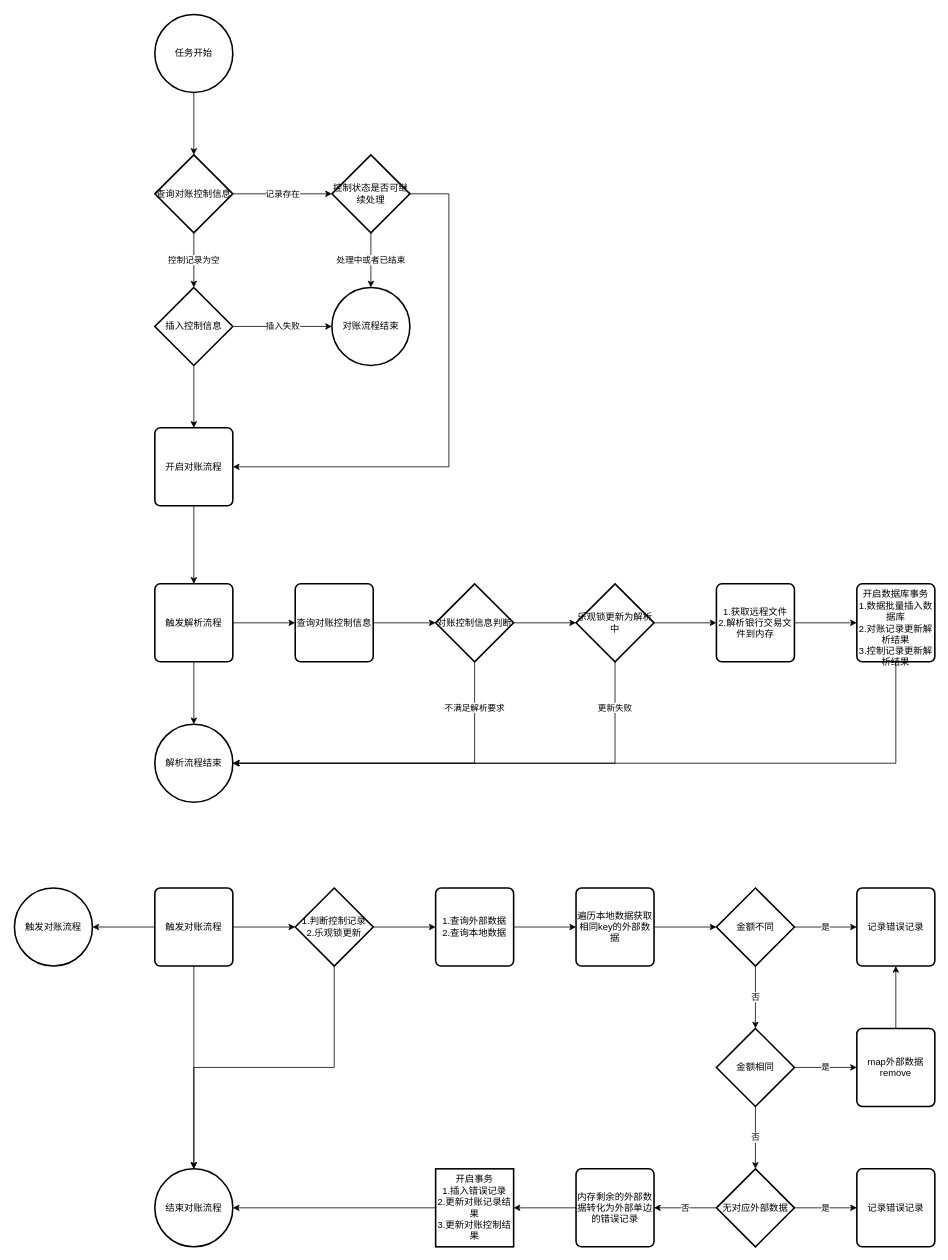
The draw.io diagram 金融科技/OTA对账流程.drawio in 294794668/draw, before the edit. Source tidied: cells renumbered, new cells numbered last; positions are measured from the earlier drawing's top-left corner, leaving out a move shared by most shapes. Both pictures are drawn from the tidied source at 78%, with x=0, y=0 at pixel (14, 14).
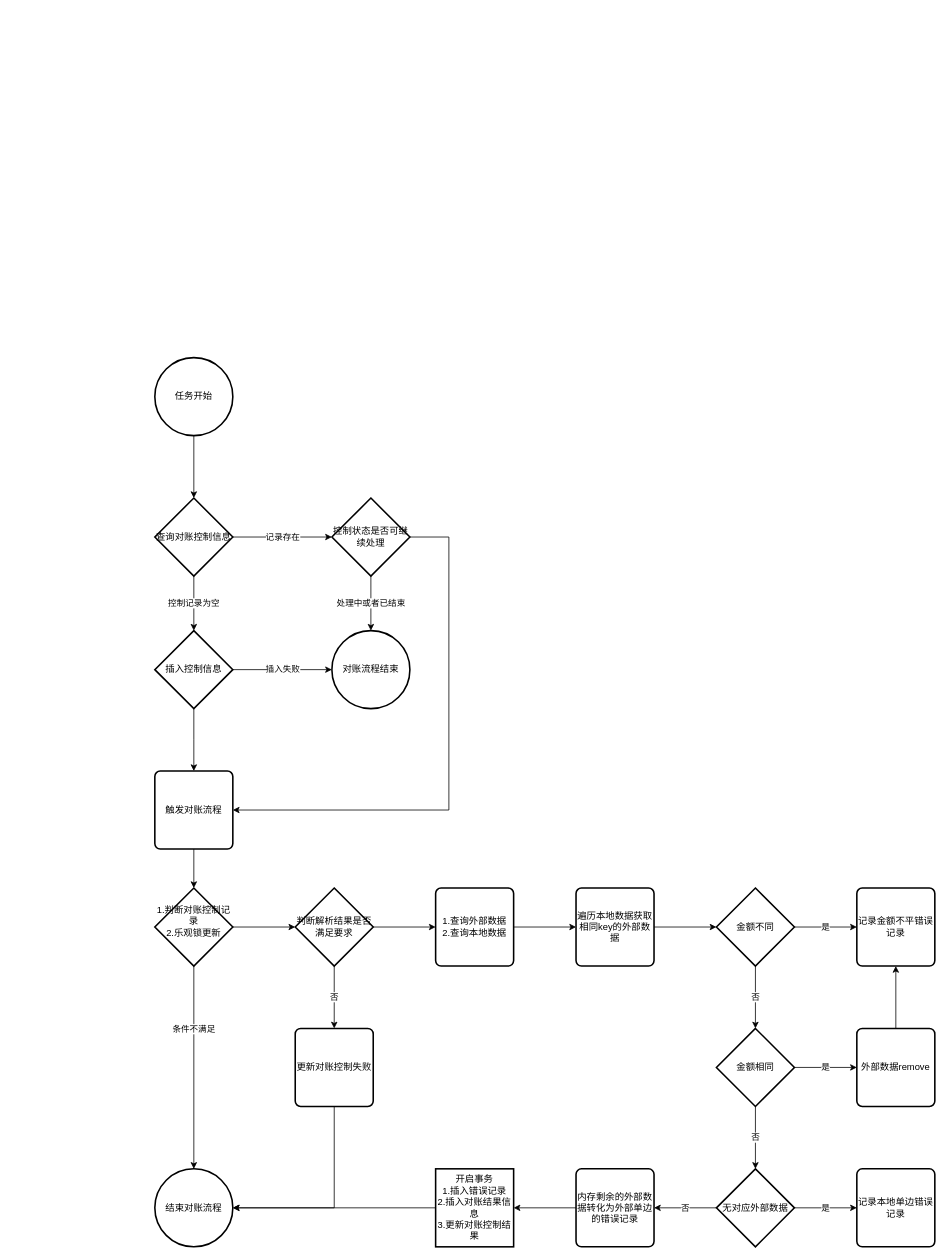
The same diagram, later.

Commit message:
更新OTA对账流程.drawio

Unchanged cells that the change refers to:
```xml
<mxCell id="38" value="&lt;div&gt;1.查询外部数据&lt;/div&gt;&lt;div&gt;2.查询本地数据&lt;br&gt;&lt;/div&gt;" style="rounded=1;whiteSpace=wrap;html=1;absoluteArcSize=1;arcSize=14;strokeWidth=2;fontFamily=Helvetica;fontSize=12;fontColor=#000000;align=center;strokeColor=#000000;fillColor=#ffffff;" parent="1" vertex="1">
  <mxGeometry x="540" y="1120" width="100" height="100" as="geometry" />
</mxCell>
<mxCell id="58" value="结束对账流程" style="strokeWidth=2;html=1;shape=mxgraph.flowchart.start_2;whiteSpace=wrap;fontFamily=Helvetica;fontSize=12;fontColor=#000000;align=center;strokeColor=#000000;fillColor=#ffffff;" parent="1" vertex="1">
  <mxGeometry x="180" y="1480" width="100" height="100" as="geometry" />
</mxCell>
```

Diff of the diagram source:
```diff
@@
     <mxCell id="3" value="任务开始" style="strokeWidth=2;html=1;shape=mxgraph.flowchart.start_2;whiteSpace=wrap;" parent="1" vertex="1">
-      <mxGeometry x="180" width="100" height="100" as="geometry" />
+      <mxGeometry x="180" y="440" width="100" height="100" as="geometry" />
     </mxCell>
@@
     <mxCell id="6" value="查询对账控制信息" style="strokeWidth=2;html=1;shape=mxgraph.flowchart.decision;whiteSpace=wrap;fontFamily=Helvetica;fontSize=12;fontColor=#000000;align=center;strokeColor=#000000;fillColor=#ffffff;" parent="1" vertex="1">
-      <mxGeometry x="180" y="180" width="100" height="100" as="geometry" />
+      <mxGeometry x="180" y="620" width="100" height="100" as="geometry" />
     </mxCell>
     <mxCell id="7" value="处理中或者已结束" style="edgeStyle=orthogonalEdgeStyle;rounded=0;jettySize=auto;html=1;" parent="1" edge="1" source="9" target="10">
       <mxGeometry relative="1" as="geometry">
         <Array as="points">
-          <mxPoint x="457" y="420" />
+          <mxPoint x="457" y="860" />
         </Array>
       </mxGeometry>
     </mxCell>
-    <mxCell id="8" style="edgeStyle=orthogonalEdgeStyle;rounded=0;jettySize=auto;html=1;" parent="1" edge="1" source="9" target="12">
+    <mxCell id="8" style="edgeStyle=orthogonalEdgeStyle;rounded=0;jettySize=auto;html=1;" parent="1" edge="1" source="9">
       <mxGeometry relative="1" as="geometry">
+        <mxPoint x="280" y="1020" as="targetPoint" />
         <Array as="points">
-          <mxPoint x="557" y="230" />
-          <mxPoint x="557" y="580" />
+          <mxPoint x="557" y="670" />
+          <mxPoint x="557" y="1020" />
         </Array>
       </mxGeometry>
     </mxCell>
     <mxCell id="9" value="控制状态是否可继续处理" style="strokeWidth=2;html=1;shape=mxgraph.flowchart.decision;whiteSpace=wrap;fontFamily=Helvetica;fontSize=12;fontColor=#000000;align=center;strokeColor=#000000;fillColor=#ffffff;" parent="1" vertex="1">
-      <mxGeometry x="407" y="180" width="100" height="100" as="geometry" />
+      <mxGeometry x="407" y="620" width="100" height="100" as="geometry" />
     </mxCell>
     <mxCell id="10" value="对账流程结束" style="strokeWidth=2;html=1;shape=mxgraph.flowchart.start_2;whiteSpace=wrap;fontFamily=Helvetica;fontSize=12;fontColor=#000000;align=center;strokeColor=#000000;fillColor=#ffffff;" parent="1" vertex="1">
-      <mxGeometry x="407" y="350" width="100" height="100" as="geometry" />
+      <mxGeometry x="407" y="790" width="100" height="100" as="geometry" />
     </mxCell>
-    <mxCell id="11" style="edgeStyle=orthogonalEdgeStyle;rounded=0;jettySize=auto;html=1;" parent="1" edge="1" source="12" target="15">
-      <mxGeometry relative="1" as="geometry" />
-    </mxCell>
-    <mxCell id="12" value="开启对账流程" style="rounded=1;whiteSpace=wrap;html=1;absoluteArcSize=1;arcSize=14;strokeWidth=2;fontFamily=Helvetica;fontSize=12;fontColor=#000000;align=center;strokeColor=#000000;fillColor=#ffffff;" parent="1" vertex="1">
-      <mxGeometry x="180" y="530" width="100" height="100" as="geometry" />
-    </mxCell>
-    <mxCell id="13" style="edgeStyle=orthogonalEdgeStyle;rounded=0;jettySize=auto;html=1;" parent="1" edge="1" source="15" target="18">
-      <mxGeometry relative="1" as="geometry" />
-    </mxCell>
-    <mxCell id="14" style="edgeStyle=orthogonalEdgeStyle;rounded=0;jettySize=auto;html=1;" parent="1" edge="1" source="15" target="16">
-      <mxGeometry relative="1" as="geometry" />
-    </mxCell>
-    <mxCell id="15" value="触发解析流程" style="rounded=1;whiteSpace=wrap;html=1;absoluteArcSize=1;arcSize=14;strokeWidth=2;fontFamily=Helvetica;fontSize=12;fontColor=#000000;align=center;strokeColor=#000000;fillColor=#ffffff;" parent="1" vertex="1">
-      <mxGeometry x="180" y="730" width="100" height="100" as="geometry" />
-    </mxCell>
-    <mxCell id="16" value="解析流程结束" style="strokeWidth=2;html=1;shape=mxgraph.flowchart.start_2;whiteSpace=wrap;fontFamily=Helvetica;fontSize=12;fontColor=#000000;align=center;strokeColor=#000000;fillColor=#ffffff;" parent="1" vertex="1">
-      <mxGeometry x="180" y="910" width="100" height="100" as="geometry" />
-    </mxCell>
-    <mxCell id="17" style="edgeStyle=orthogonalEdgeStyle;rounded=0;jettySize=auto;html=1;" parent="1" edge="1" source="18" target="21">
-      <mxGeometry relative="1" as="geometry" />
-    </mxCell>
-    <mxCell id="18" value="查询对账控制信息" style="rounded=1;whiteSpace=wrap;html=1;absoluteArcSize=1;arcSize=14;strokeWidth=2;fontFamily=Helvetica;fontSize=12;fontColor=#000000;align=center;strokeColor=#000000;fillColor=#ffffff;" parent="1" vertex="1">
-      <mxGeometry x="360" y="730" width="100" height="100" as="geometry" />
-    </mxCell>
-    <mxCell id="19" value="不满足解析要求" style="edgeStyle=orthogonalEdgeStyle;rounded=0;jettySize=auto;html=1;" parent="1" edge="1" source="21" target="16">
-      <mxGeometry x="-0.73" relative="1" as="geometry">
-        <Array as="points">
-          <mxPoint x="590" y="960" />
-        </Array>
-      </mxGeometry>
-    </mxCell>
-    <mxCell id="20" style="edgeStyle=orthogonalEdgeStyle;rounded=0;jettySize=auto;html=1;" parent="1" edge="1" source="21" target="24">
-      <mxGeometry relative="1" as="geometry" />
-    </mxCell>
-    <mxCell id="21" value="对账控制信息判断" style="strokeWidth=2;html=1;shape=mxgraph.flowchart.decision;whiteSpace=wrap;fontFamily=Helvetica;fontSize=12;fontColor=#000000;align=center;strokeColor=#000000;fillColor=#ffffff;" parent="1" vertex="1">
-      <mxGeometry x="540" y="730" width="100" height="100" as="geometry" />
-    </mxCell>
-    <mxCell id="22" value="更新失败" style="edgeStyle=orthogonalEdgeStyle;rounded=0;jettySize=auto;html=1;entryX=1;entryY=0.5;entryDx=0;entryDy=0;entryPerimeter=0;" parent="1" edge="1" source="24" target="16">
-      <mxGeometry x="-0.81" relative="1" as="geometry">
-        <Array as="points">
-          <mxPoint x="770" y="960" />
-        </Array>
-      </mxGeometry>
-    </mxCell>
-    <mxCell id="23" style="edgeStyle=orthogonalEdgeStyle;rounded=0;jettySize=auto;html=1;" parent="1" edge="1" source="24" target="26">
-      <mxGeometry relative="1" as="geometry" />
-    </mxCell>
-    <mxCell id="24" value="乐观锁更新为解析中" style="strokeWidth=2;html=1;shape=mxgraph.flowchart.decision;whiteSpace=wrap;fontFamily=Helvetica;fontSize=12;fontColor=#000000;align=center;strokeColor=#000000;fillColor=#ffffff;" parent="1" vertex="1">
-      <mxGeometry x="720" y="730" width="100" height="100" as="geometry" />
-    </mxCell>
-    <mxCell id="25" style="edgeStyle=orthogonalEdgeStyle;rounded=0;jettySize=auto;html=1;" parent="1" edge="1" source="26" target="28">
-      <mxGeometry relative="1" as="geometry" />
-    </mxCell>
-    <mxCell id="26" value="1.获取远程文件&lt;div&gt;2.解析银行交易文件到内存&lt;br&gt;&lt;/div&gt;" style="rounded=1;whiteSpace=wrap;html=1;absoluteArcSize=1;arcSize=14;strokeWidth=2;fontFamily=Helvetica;fontSize=12;fontColor=#000000;align=center;strokeColor=#000000;fillColor=#ffffff;" parent="1" vertex="1">
-      <mxGeometry x="900" y="730" width="100" height="100" as="geometry" />
-    </mxCell>
-    <mxCell id="27" style="edgeStyle=orthogonalEdgeStyle;rounded=0;jettySize=auto;html=1;entryX=1;entryY=0.5;entryDx=0;entryDy=0;entryPerimeter=0;" parent="1" edge="1" source="28" target="16">
-      <mxGeometry relative="1" as="geometry">
-        <Array as="points">
-          <mxPoint x="1130" y="960" />
-        </Array>
-      </mxGeometry>
-    </mxCell>
-    <mxCell id="28" value="&lt;div&gt;&lt;br&gt;&lt;/div&gt;&lt;div&gt;开启数据库事务&lt;br&gt;&lt;/div&gt;&lt;div&gt;1.数据批量插入数据库&lt;/div&gt;&lt;div&gt;2.对账记录更新解析结果&lt;br&gt;&lt;/div&gt;&lt;div&gt;3.控制记录更新解析结果&lt;br&gt;&lt;/div&gt;" style="rounded=1;whiteSpace=wrap;html=1;absoluteArcSize=1;arcSize=14;strokeWidth=2;fontFamily=Helvetica;fontSize=12;fontColor=#000000;align=center;strokeColor=#000000;fillColor=#ffffff;" parent="1" vertex="1">
-      <mxGeometry x="1080" y="730" width="100" height="100" as="geometry" />
-    </mxCell>
-    <mxCell id="29" style="edgeStyle=orthogonalEdgeStyle;rounded=0;jettySize=auto;html=1;" parent="1" edge="1" source="32" target="58">
-      <mxGeometry relative="1" as="geometry" />
-    </mxCell>
@@
-    <mxCell id="31" style="edgeStyle=orthogonalEdgeStyle;rounded=0;jettySize=auto;html=1;" parent="1" edge="1" source="32" target="33">
-      <mxGeometry relative="1" as="geometry" />
-    </mxCell>
     <mxCell id="32" value="触发对账流程" style="rounded=1;whiteSpace=wrap;html=1;absoluteArcSize=1;arcSize=14;strokeWidth=2;fontFamily=Helvetica;fontSize=12;fontColor=#000000;align=center;strokeColor=#000000;fillColor=#ffffff;" parent="1" vertex="1">
-      <mxGeometry x="180" y="1120" width="100" height="100" as="geometry" />
+      <mxGeometry x="180" y="970" width="100" height="100" as="geometry" />
     </mxCell>
-    <mxCell id="33" value="触发对账流程" style="strokeWidth=2;html=1;shape=mxgraph.flowchart.start_2;whiteSpace=wrap;fontFamily=Helvetica;fontSize=12;fontColor=#000000;align=center;strokeColor=#000000;fillColor=#ffffff;" parent="1" vertex="1">
-      <mxGeometry y="1120" width="100" height="100" as="geometry" />
-    </mxCell>
-    <mxCell id="34" style="edgeStyle=orthogonalEdgeStyle;rounded=0;jettySize=auto;html=1;entryX=0.5;entryY=0;entryDx=0;entryDy=0;entryPerimeter=0;" parent="1" edge="1" source="36" target="58">
-      <mxGeometry relative="1" as="geometry">
-        <Array as="points">
-          <mxPoint x="410" y="1350" />
-          <mxPoint x="230" y="1350" />
-        </Array>
-      </mxGeometry>
+    <mxCell id="34" value="条件不满足" style="edgeStyle=orthogonalEdgeStyle;rounded=0;jettySize=auto;html=1;" parent="1" edge="1" source="36" target="58">
+      <mxGeometry x="-0.38" relative="1" as="geometry" />
     </mxCell>
-    <mxCell id="35" style="edgeStyle=orthogonalEdgeStyle;rounded=0;jettySize=auto;html=1;" parent="1" edge="1" source="36" target="38">
-      <mxGeometry relative="1" as="geometry" />
-    </mxCell>
+    <mxCell id="62" style="edgeStyle=orthogonalEdgeStyle;rounded=0;jettySize=auto;html=1;" parent="1" edge="1" source="36" target="65">
+      <mxGeometry relative="1" as="geometry" />
+    </mxCell>
-    <mxCell id="36" value="1.判断控制记录&lt;div&gt;2.乐观锁更新&lt;br&gt;&lt;/div&gt;" style="strokeWidth=2;html=1;shape=mxgraph.flowchart.decision;whiteSpace=wrap;fontFamily=Helvetica;fontSize=12;fontColor=#000000;align=center;strokeColor=#000000;fillColor=#ffffff;" parent="1" vertex="1">
-      <mxGeometry x="360" y="1120" width="100" height="100" as="geometry" />
+    <mxCell id="36" value="&lt;div&gt;1.判断对账控制记录&lt;/div&gt;&lt;div&gt;2.乐观锁更新&lt;/div&gt;&lt;div&gt;&lt;br&gt;&lt;/div&gt;" style="strokeWidth=2;html=1;shape=mxgraph.flowchart.decision;whiteSpace=wrap;fontFamily=Helvetica;fontSize=12;fontColor=#000000;align=center;strokeColor=#000000;fillColor=#ffffff;" parent="1" vertex="1">
+      <mxGeometry x="180" y="1120" width="100" height="100" as="geometry" />
     </mxCell>
+    <mxCell id="63" style="edgeStyle=orthogonalEdgeStyle;rounded=0;jettySize=auto;html=1;" parent="1" edge="1" source="65" target="38">
+      <mxGeometry relative="1" as="geometry" />
+    </mxCell>
+    <mxCell id="64" value="否" style="edgeStyle=orthogonalEdgeStyle;rounded=0;jettySize=auto;html=1;" parent="1" edge="1" source="65" target="67">
+      <mxGeometry relative="1" as="geometry" />
+    </mxCell>
+    <mxCell id="65" value="判断解析结果是否满足要求" style="strokeWidth=2;html=1;shape=mxgraph.flowchart.decision;whiteSpace=wrap;fontFamily=Helvetica;fontSize=12;fontColor=#000000;align=center;strokeColor=#000000;fillColor=#ffffff;" parent="1" vertex="1">
+      <mxGeometry x="360" y="1120" width="100" height="100" as="geometry" />
+    </mxCell>
+    <mxCell id="66" style="edgeStyle=orthogonalEdgeStyle;rounded=0;jettySize=auto;html=1;" parent="1" edge="1" source="67" target="58">
+      <mxGeometry relative="1" as="geometry">
+        <Array as="points">
+          <mxPoint x="410" y="1530" />
+        </Array>
+      </mxGeometry>
+    </mxCell>
+    <mxCell id="67" value="更新对账控制失败" style="rounded=1;whiteSpace=wrap;html=1;absoluteArcSize=1;arcSize=14;strokeWidth=2;fontFamily=Helvetica;fontSize=12;fontColor=#000000;align=center;strokeColor=#000000;fillColor=#ffffff;" parent="1" vertex="1">
+      <mxGeometry x="360" y="1300" width="100" height="100" as="geometry" />
+    </mxCell>
@@
-    <mxCell id="44" value="记录错误记录" style="rounded=1;whiteSpace=wrap;html=1;absoluteArcSize=1;arcSize=14;strokeWidth=2;fontFamily=Helvetica;fontSize=12;fontColor=#000000;align=center;strokeColor=#000000;fillColor=#ffffff;" parent="1" vertex="1">
+    <mxCell id="44" value="记录金额不平错误记录" style="rounded=1;whiteSpace=wrap;html=1;absoluteArcSize=1;arcSize=14;strokeWidth=2;fontFamily=Helvetica;fontSize=12;fontColor=#000000;align=center;strokeColor=#000000;fillColor=#ffffff;" parent="1" vertex="1">
       <mxGeometry x="1080" y="1120" width="100" height="100" as="geometry" />
     </mxCell>
@@
-    <mxCell id="49" value="map外部数据remove" style="rounded=1;whiteSpace=wrap;html=1;absoluteArcSize=1;arcSize=14;strokeWidth=2;fontFamily=Helvetica;fontSize=12;fontColor=#000000;align=center;strokeColor=#000000;fillColor=#ffffff;" parent="1" vertex="1">
+    <mxCell id="49" value="外部数据remove" style="rounded=1;whiteSpace=wrap;html=1;absoluteArcSize=1;arcSize=14;strokeWidth=2;fontFamily=Helvetica;fontSize=12;fontColor=#000000;align=center;strokeColor=#000000;fillColor=#ffffff;" parent="1" vertex="1">
       <mxGeometry x="1080" y="1300" width="100" height="100" as="geometry" />
     </mxCell>
@@
-    <mxCell id="56" value="&lt;div&gt;开启事务&lt;/div&gt;&lt;div&gt;1.插入错误记录&lt;/div&gt;&lt;div&gt;2.更新对账记录结果&lt;/div&gt;&lt;div&gt;3.更新对账控制结果&lt;br&gt;&lt;/div&gt;" style="whiteSpace=wrap;html=1;fontFamily=Helvetica;fontSize=12;fontColor=#000000;align=center;strokeColor=#000000;strokeWidth=2;fillColor=#ffffff;" parent="1" vertex="1">
+    <mxCell id="56" value="&lt;div&gt;开启事务&lt;/div&gt;&lt;div&gt;1.插入错误记录&lt;/div&gt;&lt;div&gt;2.插入对账结果信息&lt;/div&gt;&lt;div&gt;3.更新对账控制结果&lt;br&gt;&lt;/div&gt;" style="whiteSpace=wrap;html=1;fontFamily=Helvetica;fontSize=12;fontColor=#000000;align=center;strokeColor=#000000;strokeWidth=2;fillColor=#ffffff;" parent="1" vertex="1">
       <mxGeometry x="540" y="1480" width="100" height="100" as="geometry" />
     </mxCell>
-    <mxCell id="57" value="记录错误记录" style="rounded=1;whiteSpace=wrap;html=1;absoluteArcSize=1;arcSize=14;strokeWidth=2;fontFamily=Helvetica;fontSize=12;fontColor=#000000;align=center;strokeColor=#000000;fillColor=#ffffff;" parent="1" vertex="1">
+    <mxCell id="57" value="记录本地单边错误记录" style="rounded=1;whiteSpace=wrap;html=1;absoluteArcSize=1;arcSize=14;strokeWidth=2;fontFamily=Helvetica;fontSize=12;fontColor=#000000;align=center;strokeColor=#000000;fillColor=#ffffff;" parent="1" vertex="1">
       <mxGeometry x="1080" y="1480" width="100" height="100" as="geometry" />
     </mxCell>
@@
-    <mxCell id="60" style="edgeStyle=orthogonalEdgeStyle;rounded=0;jettySize=auto;html=1;" parent="1" edge="1" source="61" target="12">
-      <mxGeometry relative="1" as="geometry" />
+    <mxCell id="60" style="edgeStyle=orthogonalEdgeStyle;rounded=0;jettySize=auto;html=1;" parent="1" edge="1" source="61">
+      <mxGeometry relative="1" as="geometry">
+        <mxPoint x="230" y="970" as="targetPoint" />
+      </mxGeometry>
     </mxCell>
     <mxCell id="61" value="插入控制信息" style="strokeWidth=2;html=1;shape=mxgraph.flowchart.decision;whiteSpace=wrap;fontFamily=Helvetica;fontSize=12;fontColor=#000000;align=center;strokeColor=#000000;fillColor=#ffffff;" parent="1" vertex="1">
-      <mxGeometry x="180" y="350" width="100" height="100" as="geometry" />
+      <mxGeometry x="180" y="790" width="100" height="100" as="geometry" />
     </mxCell>
```
